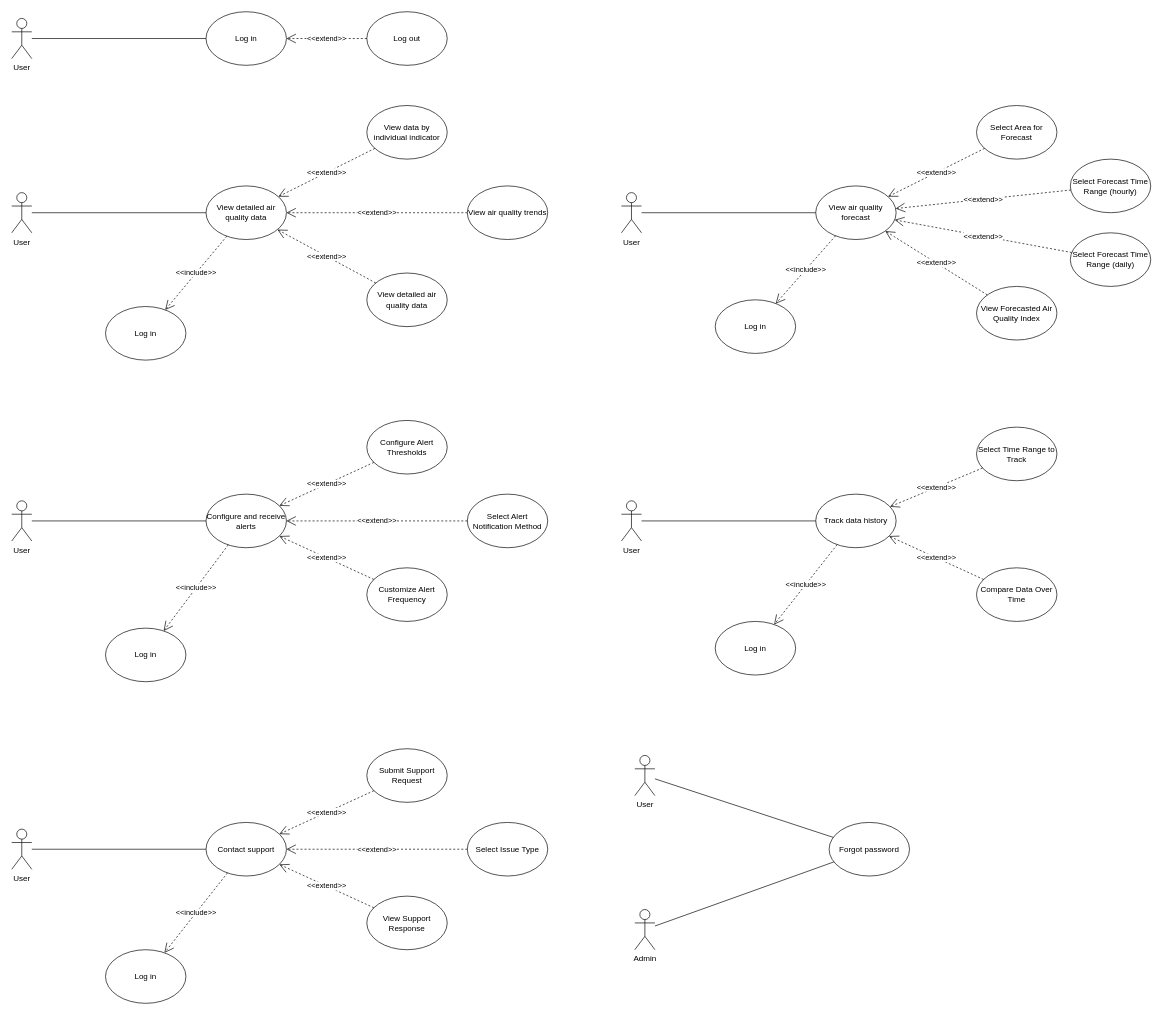
Above: page "User's usecase" (4 of 6) of UsecaseMainKLTN.drawio in Khoa-CNTT/XDHTGSON9832 (draw.io), before the change. Source tidied: cells renumbered, new cells numbered last; positions are measured from the earlier drawing's top-left corner, leaving out a move shared by most shapes. Both pictures are drawn from the tidied source at 67%, with x=0, y=0 at pixel (11, 11).
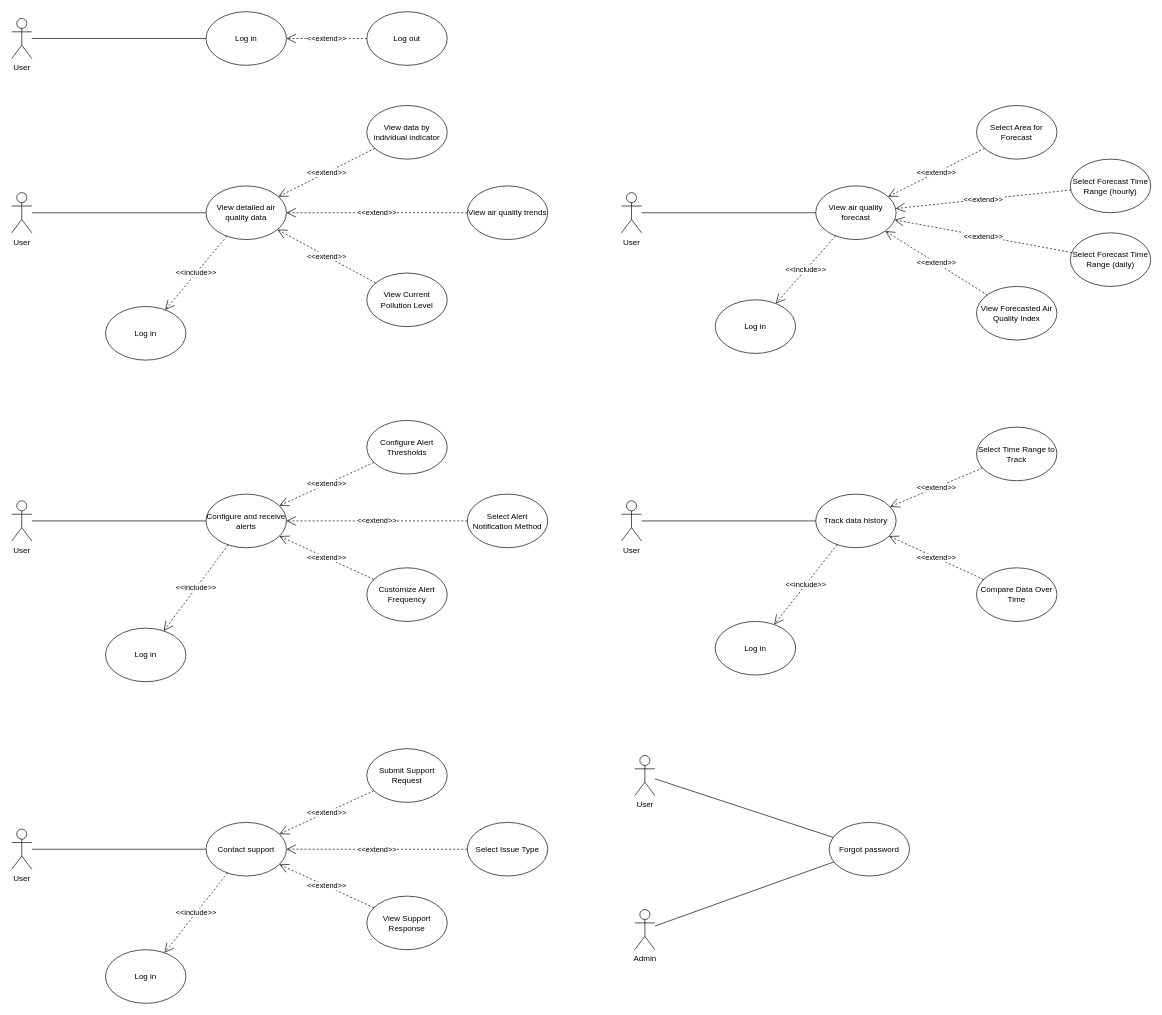
After the change.

Commit message (it also covers changes not shown here):
Change UsecaseMain content

Change to the diagram source:
```diff
@@
-    <mxCell id="25" value="View detailed air quality data" style="ellipse;whiteSpace=wrap;html=1;" parent="1" vertex="1">
+    <mxCell id="25" value="View Current Pollution Level" style="ellipse;whiteSpace=wrap;html=1;" parent="1" vertex="1">
       <mxGeometry x="530" y="390" width="120" height="80" as="geometry" />
     </mxCell>
```
